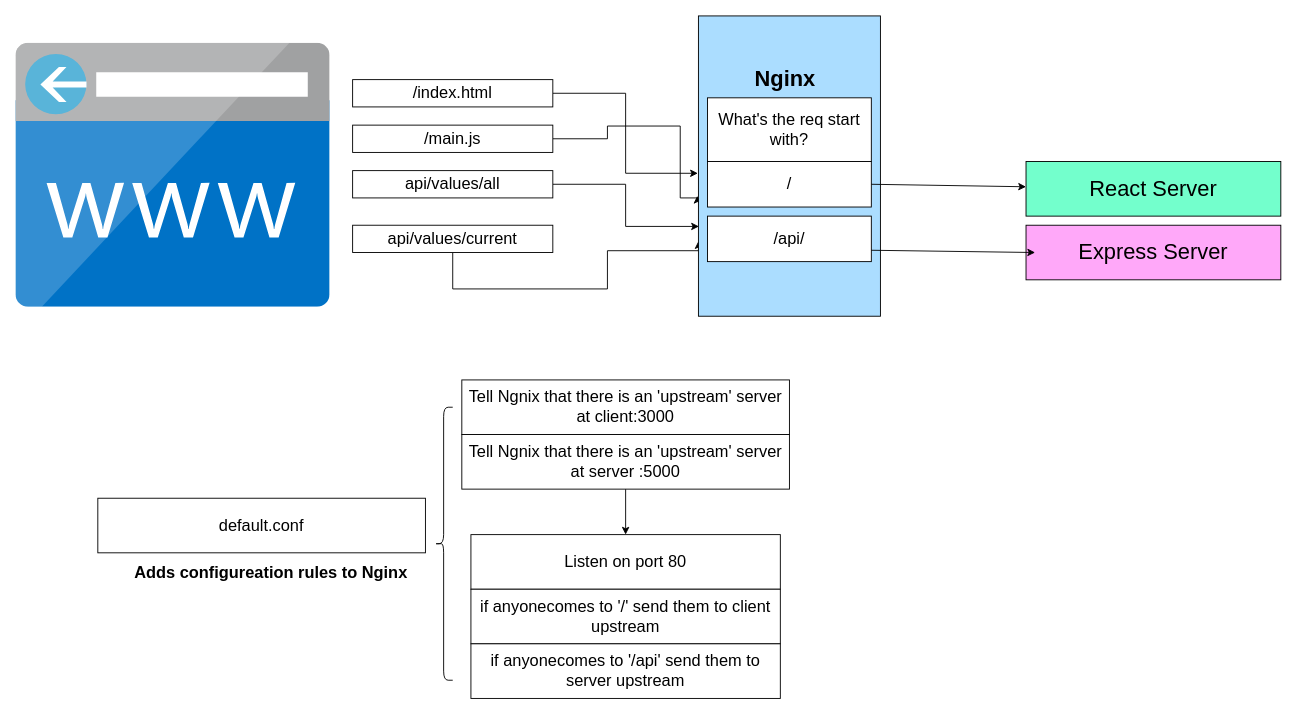
Earlier version of the draw.io diagram page "nginx" (10 of 10) of Untitled Diagram.drawio (hephaestus88/docker). Source tidied: cells renumbered, new cells numbered last; positions are measured from the earlier drawing's top-left corner, leaving out a move shared by most shapes. Both pictures are drawn from the tidied source at 91%, with x=0, y=0 at pixel (15, 15).
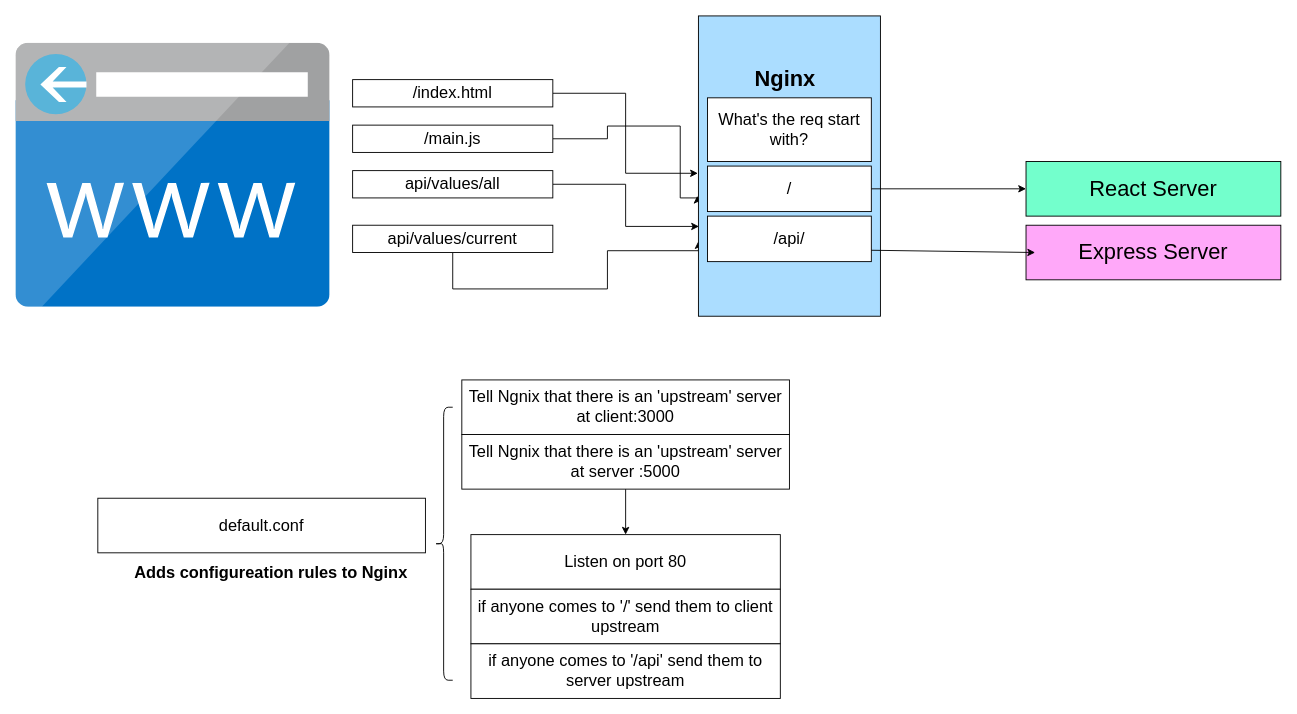
After the change.

Diff of the diagram source:
```diff
@@
     <mxCell id="16" value="&lt;font style=&quot;font-size: 18px;&quot;&gt;/&lt;/font&gt;" style="rounded=0;whiteSpace=wrap;html=1;" parent="1" vertex="1">
-      <mxGeometry x="760" y="160" width="180" height="50" as="geometry" />
+      <mxGeometry x="760" y="165" width="180" height="50" as="geometry" />
     </mxCell>
@@
-    <mxCell id="27" value="&lt;font style=&quot;font-size: 18px;&quot;&gt;if anyonecomes to '/' send them to client upstream&lt;/font&gt;" style="rounded=0;whiteSpace=wrap;html=1;" parent="1" vertex="1">
+    <mxCell id="27" value="&lt;font style=&quot;font-size: 18px;&quot;&gt;if anyone comes to '/' send them to client upstream&lt;/font&gt;" style="rounded=0;whiteSpace=wrap;html=1;" parent="1" vertex="1">
       <mxGeometry x="500" y="630" width="340" height="60" as="geometry" />
     </mxCell>
-    <mxCell id="28" value="&lt;font style=&quot;font-size: 18px;&quot;&gt;if anyonecomes to '/api' send them to server upstream&lt;/font&gt;" style="rounded=0;whiteSpace=wrap;html=1;" parent="1" vertex="1">
+    <mxCell id="28" value="&lt;font style=&quot;font-size: 18px;&quot;&gt;if anyone comes to '/api' send them to server upstream&lt;/font&gt;" style="rounded=0;whiteSpace=wrap;html=1;" parent="1" vertex="1">
       <mxGeometry x="500" y="690" width="340" height="60" as="geometry" />
     </mxCell>
```
